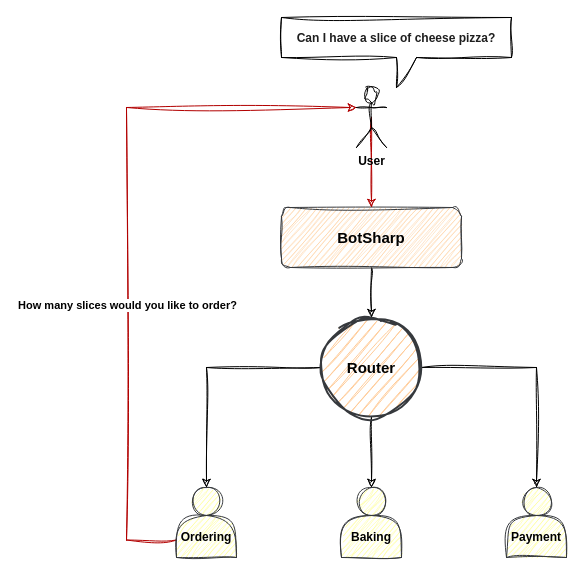
Earlier version of the draw.io diagram docs/architecture/assets/routing.drawio (seniordev1012/dotnet-Azure-AI-botsharp). Source tidied: cells renumbered, new cells numbered last; positions are measured from the earlier drawing's top-left corner, leaving out a move shared by most shapes. Both pictures are drawn from the tidied source at 100%, with x=0, y=0 at pixel (126, 17).
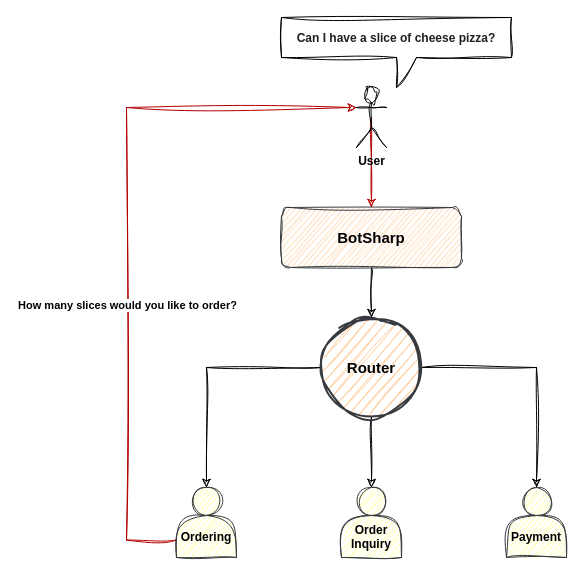
Above is the later version.

Change to the diagram source:
```diff
@@
 <mxGraphModel>
   <root>
     <mxCell id="0" />
     <mxCell id="1" parent="0" />
     <mxCell id="2" style="edgeStyle=orthogonalEdgeStyle;rounded=0;jettySize=auto;html=1;exitX=0.5;exitY=1;exitDx=0;exitDy=0;sketch=1;curveFitting=1;jiggle=2;" parent="1" edge="1" source="3" target="10">
       <mxGeometry relative="1" as="geometry" />
     </mxCell>
     <mxCell id="3" value="&lt;b&gt;&lt;font style=&quot;font-size: 15px;&quot;&gt;BotSharp&lt;/font&gt;&lt;/b&gt;" style="rounded=1;whiteSpace=wrap;html=1;fillColor=#ffcc99;strokeColor=#36393d;sketch=1;curveFitting=1;jiggle=2;" parent="1" vertex="1">
       <mxGeometry x="155" y="190" width="180" height="60" as="geometry" />
     </mxCell>
     <mxCell id="4" style="edgeStyle=orthogonalEdgeStyle;rounded=0;jettySize=auto;html=1;exitX=0.5;exitY=0.5;exitDx=0;exitDy=0;exitPerimeter=0;entryX=0.5;entryY=0;entryDx=0;entryDy=0;sketch=1;curveFitting=1;jiggle=2;fillColor=#e51400;strokeColor=#B20000;" parent="1" edge="1" source="5" target="3">
       <mxGeometry relative="1" as="geometry" />
     </mxCell>
     <mxCell id="5" value="&lt;b&gt;User&lt;/b&gt;" style="shape=umlActor;verticalLabelPosition=bottom;verticalAlign=top;html=1;outlineConnect=0;sketch=1;curveFitting=1;jiggle=2;" parent="1" vertex="1">
       <mxGeometry x="230" y="70" width="30" height="60" as="geometry" />
     </mxCell>
     <mxCell id="6" value="&lt;div style=&quot;line-height: 18px;&quot;&gt;&lt;font color=&quot;#1e1e1e&quot;&gt;&lt;b&gt;Can I have a slice of cheese pizza?&lt;/b&gt;&lt;/font&gt;&lt;br&gt;&lt;/div&gt;" style="shape=callout;whiteSpace=wrap;html=1;perimeter=calloutPerimeter;sketch=1;curveFitting=1;jiggle=2;" parent="1" vertex="1">
       <mxGeometry x="155" width="230" height="70" as="geometry" />
     </mxCell>
     <mxCell id="7" style="edgeStyle=orthogonalEdgeStyle;rounded=0;jettySize=auto;html=1;exitX=0;exitY=0.5;exitDx=0;exitDy=0;exitPerimeter=0;entryX=0.5;entryY=0;entryDx=0;entryDy=0;sketch=1;curveFitting=1;jiggle=2;" parent="1" edge="1" source="10" target="13">
       <mxGeometry relative="1" as="geometry" />
     </mxCell>
     <mxCell id="8" style="edgeStyle=orthogonalEdgeStyle;rounded=0;jettySize=auto;html=1;exitX=0.5;exitY=1;exitDx=0;exitDy=0;exitPerimeter=0;entryX=0.5;entryY=0;entryDx=0;entryDy=0;sketch=1;curveFitting=1;jiggle=2;" parent="1" edge="1" source="10" target="14">
       <mxGeometry relative="1" as="geometry" />
     </mxCell>
     <mxCell id="9" style="edgeStyle=orthogonalEdgeStyle;rounded=0;jettySize=auto;html=1;exitX=1;exitY=0.5;exitDx=0;exitDy=0;exitPerimeter=0;entryX=0.5;entryY=0;entryDx=0;entryDy=0;sketch=1;curveFitting=1;jiggle=2;" parent="1" edge="1" source="10" target="15">
       <mxGeometry relative="1" as="geometry" />
     </mxCell>
     <mxCell id="10" value="&lt;b&gt;&lt;font style=&quot;font-size: 15px;&quot;&gt;Router&lt;/font&gt;&lt;/b&gt;" style="strokeWidth=2;html=1;shape=mxgraph.flowchart.start_2;whiteSpace=wrap;fillColor=#ffcc99;strokeColor=#36393d;sketch=1;curveFitting=1;jiggle=2;" parent="1" vertex="1">
       <mxGeometry x="195" y="300" width="100" height="100" as="geometry" />
     </mxCell>
     <mxCell id="11" style="edgeStyle=orthogonalEdgeStyle;rounded=0;jettySize=auto;html=1;exitX=0;exitY=0.75;exitDx=0;exitDy=0;entryX=0;entryY=0.3333333333333333;entryDx=0;entryDy=0;entryPerimeter=0;fillColor=#e51400;strokeColor=#B20000;sketch=1;curveFitting=1;jiggle=2;" parent="1" edge="1" source="13" target="5">
       <mxGeometry relative="1" as="geometry">
         <Array as="points">
           <mxPoint y="523" />
           <mxPoint y="90" />
         </Array>
       </mxGeometry>
     </mxCell>
     <mxCell id="12" value="&lt;b style=&quot;font-size: 11px;&quot;&gt;How many slices would you like to order?&lt;/b&gt;" style="edgeLabel;html=1;align=center;verticalAlign=middle;fontSize=11;" parent="11" vertex="1">
       <mxGeometry x="-0.2" relative="1" as="geometry" />
     </mxCell>
     <mxCell id="13" value="&lt;b&gt;&lt;br&gt;&lt;br&gt;Ordering&lt;/b&gt;" style="shape=actor;whiteSpace=wrap;html=1;fillColor=#ffff88;strokeColor=#36393d;sketch=1;curveFitting=1;jiggle=2;" parent="1" vertex="1">
       <mxGeometry x="50" y="470" width="60" height="70" as="geometry" />
     </mxCell>
-    <mxCell id="14" value="&lt;b&gt;&lt;br&gt;&lt;br&gt;Baking&lt;br&gt;&lt;/b&gt;" style="shape=actor;whiteSpace=wrap;html=1;fillColor=#ffff88;strokeColor=#36393d;sketch=1;curveFitting=1;jiggle=2;" parent="1" vertex="1">
+    <mxCell id="14" value="&lt;b&gt;&lt;br&gt;&lt;br&gt;Order Inquiry&lt;br&gt;&lt;/b&gt;" style="shape=actor;whiteSpace=wrap;html=1;fillColor=#ffff88;strokeColor=#36393d;sketch=1;curveFitting=1;jiggle=2;" parent="1" vertex="1">
       <mxGeometry x="215" y="470" width="60" height="70" as="geometry" />
     </mxCell>
     <mxCell id="15" value="&lt;b&gt;&lt;br&gt;&lt;br&gt;Payment&lt;br&gt;&lt;/b&gt;" style="shape=actor;whiteSpace=wrap;html=1;fillColor=#ffff88;strokeColor=#36393d;sketch=1;curveFitting=1;jiggle=2;" parent="1" vertex="1">
       <mxGeometry x="380" y="470" width="60" height="70" as="geometry" />
     </mxCell>
   </root>
 </mxGraphModel>
```
